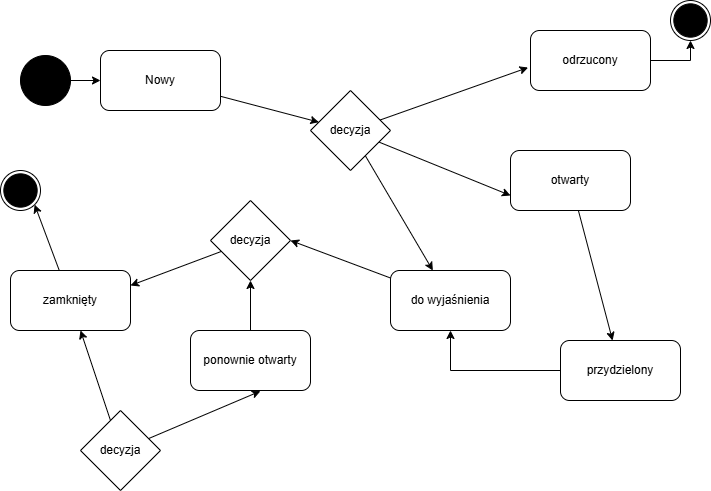
Earlier version of the draw.io export Lab_docs/Diagram bez tytułu.drawio.png (zuzannaoliwiak/Projekt_in-ynieria). Source tidied: cells renumbered, new cells last; positions are measured from the earlier drawing's top-left corner, leaving out a move shared by most shapes. The source it was exported from:
```xml
<mxGraphModel background="#ffffff">
  <root>
    <mxCell id="0" />
    <mxCell id="1" parent="0" />
    <mxCell id="2" style="edgeStyle=orthogonalEdgeStyle;rounded=0;jettySize=auto;html=1;" parent="1" edge="1" source="3" target="5">
      <mxGeometry relative="1" as="geometry" />
    </mxCell>
    <mxCell id="3" style="ellipse;whiteSpace=wrap;html=1;fillColor=#000000;" parent="1" vertex="1">
      <mxGeometry x="20" y="55" width="50" height="50" as="geometry" />
    </mxCell>
    <mxCell id="4" style="rounded=0;jettySize=auto;html=1;" parent="1" edge="1" source="5" target="8">
      <mxGeometry relative="1" as="geometry" />
    </mxCell>
    <mxCell id="5" value="Nowy" style="rounded=1;whiteSpace=wrap;html=1;" parent="1" vertex="1">
      <mxGeometry x="100" y="50" width="120" height="60" as="geometry" />
    </mxCell>
    <mxCell id="6" style="rounded=0;jettySize=auto;html=1;" parent="1" edge="1" source="8" target="19">
      <mxGeometry relative="1" as="geometry" />
    </mxCell>
    <mxCell id="7" style="rounded=0;jettySize=auto;html=1;entryX=0;entryY=0.75;entryDx=0;entryDy=0;" parent="1" edge="1" source="8" target="21">
      <mxGeometry relative="1" as="geometry" />
    </mxCell>
    <mxCell id="8" value="decyzja" style="rhombus;whiteSpace=wrap;html=1;" parent="1" vertex="1">
      <mxGeometry x="310" y="90" width="80" height="80" as="geometry" />
    </mxCell>
    <mxCell id="9" style="edgeStyle=orthogonalEdgeStyle;rounded=0;jettySize=auto;html=1;entryX=0.5;entryY=1;entryDx=0;entryDy=0;" parent="1" edge="1" source="10" target="31">
      <mxGeometry relative="1" as="geometry" />
    </mxCell>
    <mxCell id="10" value="odrzucony" style="rounded=1;whiteSpace=wrap;html=1;" parent="1" vertex="1">
      <mxGeometry x="530" y="30" width="120" height="60" as="geometry" />
    </mxCell>
    <mxCell id="11" style="rounded=0;jettySize=auto;html=1;entryX=1;entryY=0.25;entryDx=0;entryDy=0;" parent="1" edge="1" source="12" target="15">
      <mxGeometry relative="1" as="geometry" />
    </mxCell>
    <mxCell id="12" value="decyzja" style="rhombus;whiteSpace=wrap;html=1;" parent="1" vertex="1">
      <mxGeometry x="210" y="200" width="80" height="80" as="geometry" />
    </mxCell>
    <mxCell id="13" style="rounded=0;jettySize=auto;html=1;entryX=-0.02;entryY=0.617;entryDx=0;entryDy=0;entryPerimeter=0;" parent="1" edge="1" source="8" target="10">
      <mxGeometry relative="1" as="geometry" />
    </mxCell>
    <mxCell id="14" style="rounded=0;jettySize=auto;html=1;entryX=1;entryY=1;entryDx=0;entryDy=0;" parent="1" edge="1" source="15" target="28">
      <mxGeometry relative="1" as="geometry" />
    </mxCell>
    <mxCell id="15" value="zamknięty" style="rounded=1;whiteSpace=wrap;html=1;" parent="1" vertex="1">
      <mxGeometry x="10" y="270" width="120" height="60" as="geometry" />
    </mxCell>
    <mxCell id="16" style="rounded=0;jettySize=auto;html=1;entryX=0.5;entryY=1;entryDx=0;entryDy=0;" parent="1" edge="1" source="17" target="12">
      <mxGeometry relative="1" as="geometry" />
    </mxCell>
    <mxCell id="17" value="ponownie otwarty" style="rounded=1;whiteSpace=wrap;html=1;" parent="1" vertex="1">
      <mxGeometry x="190" y="330" width="120" height="60" as="geometry" />
    </mxCell>
    <mxCell id="18" style="rounded=0;jettySize=auto;html=1;entryX=1;entryY=0.5;entryDx=0;entryDy=0;" parent="1" edge="1" source="19" target="12">
      <mxGeometry relative="1" as="geometry" />
    </mxCell>
    <mxCell id="19" value="do wyjaśnienia" style="rounded=1;whiteSpace=wrap;html=1;" parent="1" vertex="1">
      <mxGeometry x="390" y="270" width="120" height="60" as="geometry" />
    </mxCell>
    <mxCell id="20" style="rounded=0;jettySize=auto;html=1;" parent="1" edge="1" source="21" target="23">
      <mxGeometry relative="1" as="geometry" />
    </mxCell>
    <mxCell id="21" value="otwarty" style="rounded=1;whiteSpace=wrap;html=1;" parent="1" vertex="1">
      <mxGeometry x="510" y="150" width="120" height="60" as="geometry" />
    </mxCell>
    <mxCell id="22" style="edgeStyle=orthogonalEdgeStyle;rounded=0;jettySize=auto;html=1;entryX=0.5;entryY=1;entryDx=0;entryDy=0;" parent="1" edge="1" source="23" target="19">
      <mxGeometry relative="1" as="geometry" />
    </mxCell>
    <mxCell id="23" value="przydzielony" style="rounded=1;whiteSpace=wrap;html=1;" parent="1" vertex="1">
      <mxGeometry x="560" y="340" width="120" height="60" as="geometry" />
    </mxCell>
    <mxCell id="24" style="rounded=0;jettySize=auto;html=1;" parent="1" edge="1" source="25" target="15">
      <mxGeometry relative="1" as="geometry" />
    </mxCell>
    <mxCell id="25" value="decyzja" style="rhombus;whiteSpace=wrap;html=1;" parent="1" vertex="1">
      <mxGeometry x="80" y="410" width="80" height="80" as="geometry" />
    </mxCell>
    <mxCell id="26" style="rounded=0;jettySize=auto;html=1;entryX=0.583;entryY=1.01;entryDx=0;entryDy=0;entryPerimeter=0;" parent="1" edge="1" source="25" target="17">
      <mxGeometry relative="1" as="geometry" />
    </mxCell>
    <mxCell id="27" style="group;" parent="1" vertex="1">
      <mxGeometry y="170" width="40" height="40" as="geometry" />
    </mxCell>
    <mxCell id="28" style="ellipse;whiteSpace=wrap;html=1;" parent="27" vertex="1">
      <mxGeometry width="40" height="40" as="geometry" />
    </mxCell>
    <mxCell id="29" style="ellipse;whiteSpace=wrap;html=1;fillColor=#000000;" parent="27" vertex="1">
      <mxGeometry x="3.3" y="3.3" width="33.3" height="33.3" as="geometry" />
    </mxCell>
    <mxCell id="30" style="group;" parent="1" vertex="1">
      <mxGeometry x="670" width="40" height="40" as="geometry" />
    </mxCell>
    <mxCell id="31" style="ellipse;whiteSpace=wrap;html=1;" parent="30" vertex="1">
      <mxGeometry width="40" height="40" as="geometry" />
    </mxCell>
    <mxCell id="32" style="ellipse;whiteSpace=wrap;html=1;fillColor=#000000;" parent="30" vertex="1">
      <mxGeometry x="3.3" y="3.3" width="33.3" height="33.3" as="geometry" />
    </mxCell>
  </root>
</mxGraphModel>
```
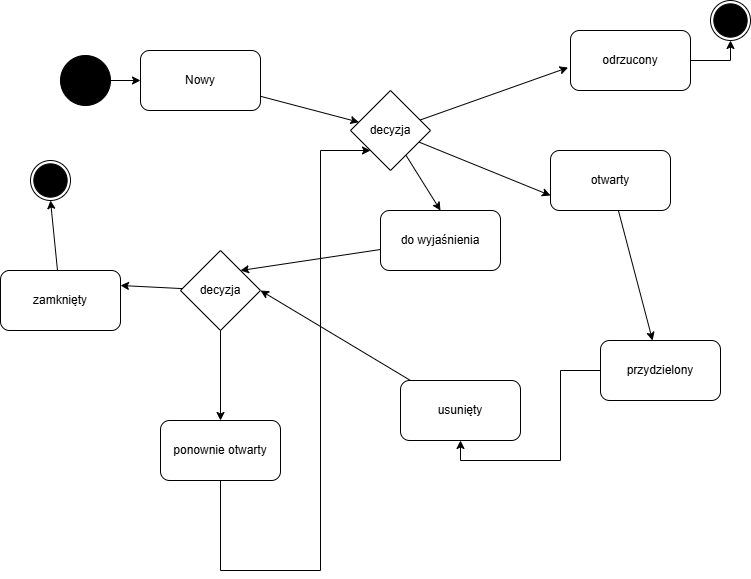
Above is the later version.

Commit message:
lab10_Diagram stanu UML dla obiektu "błąd"

What changed in the source:
```diff
@@ -14,12 +14,12 @@
     <mxCell id="5" value="Nowy" style="rounded=1;whiteSpace=wrap;html=1;" parent="1" vertex="1">
       <mxGeometry x="100" y="50" width="120" height="60" as="geometry" />
     </mxCell>
-    <mxCell id="6" style="rounded=0;jettySize=auto;html=1;" parent="1" edge="1" source="8" target="19">
-      <mxGeometry relative="1" as="geometry" />
-    </mxCell>
     <mxCell id="7" style="rounded=0;jettySize=auto;html=1;entryX=0;entryY=0.75;entryDx=0;entryDy=0;" parent="1" edge="1" source="8" target="21">
       <mxGeometry relative="1" as="geometry" />
     </mxCell>
+    <mxCell id="33" style="rounded=0;jettySize=auto;html=1;entryX=0.5;entryY=0;entryDx=0;entryDy=0;" parent="1" edge="1" source="8" target="36">
+      <mxGeometry relative="1" as="geometry" />
+    </mxCell>
     <mxCell id="8" value="decyzja" style="rhombus;whiteSpace=wrap;html=1;" parent="1" vertex="1">
       <mxGeometry x="310" y="90" width="80" height="80" as="geometry" />
     </mxCell>
@@ -33,28 +33,37 @@
       <mxGeometry relative="1" as="geometry" />
     </mxCell>
     <mxCell id="12" value="decyzja" style="rhombus;whiteSpace=wrap;html=1;" parent="1" vertex="1">
-      <mxGeometry x="210" y="200" width="80" height="80" as="geometry" />
+      <mxGeometry x="140" y="250" width="80" height="80" as="geometry" />
     </mxCell>
     <mxCell id="13" style="rounded=0;jettySize=auto;html=1;entryX=-0.02;entryY=0.617;entryDx=0;entryDy=0;entryPerimeter=0;" parent="1" edge="1" source="8" target="10">
       <mxGeometry relative="1" as="geometry" />
     </mxCell>
-    <mxCell id="14" style="rounded=0;jettySize=auto;html=1;entryX=1;entryY=1;entryDx=0;entryDy=0;" parent="1" edge="1" source="15" target="28">
+    <mxCell id="14" style="rounded=0;jettySize=auto;html=1;entryX=0.5;entryY=1;entryDx=0;entryDy=0;" parent="1" edge="1" source="15" target="28">
       <mxGeometry relative="1" as="geometry" />
     </mxCell>
     <mxCell id="15" value="zamknięty" style="rounded=1;whiteSpace=wrap;html=1;" parent="1" vertex="1">
-      <mxGeometry x="10" y="270" width="120" height="60" as="geometry" />
+      <mxGeometry x="-40" y="270" width="120" height="60" as="geometry" />
     </mxCell>
-    <mxCell id="16" style="rounded=0;jettySize=auto;html=1;entryX=0.5;entryY=1;entryDx=0;entryDy=0;" parent="1" edge="1" source="17" target="12">
+    <mxCell id="16" style="rounded=0;jettySize=auto;html=1;entryX=0.5;entryY=1;entryDx=0;entryDy=0;startArrow=classic;startFill=1;endArrow=none;endFill=0;" parent="1" edge="1" source="17" target="12">
       <mxGeometry relative="1" as="geometry" />
     </mxCell>
+    <mxCell id="34" style="edgeStyle=orthogonalEdgeStyle;rounded=0;jettySize=auto;html=1;entryX=0;entryY=1;entryDx=0;entryDy=0;" parent="1" edge="1" source="17" target="8">
+      <mxGeometry relative="1" as="geometry">
+        <Array as="points">
+          <mxPoint x="180" y="570" />
+          <mxPoint x="280" y="570" />
+          <mxPoint x="280" y="150" />
+        </Array>
+      </mxGeometry>
+    </mxCell>
     <mxCell id="17" value="ponownie otwarty" style="rounded=1;whiteSpace=wrap;html=1;" parent="1" vertex="1">
-      <mxGeometry x="190" y="330" width="120" height="60" as="geometry" />
+      <mxGeometry x="120" y="420" width="120" height="60" as="geometry" />
     </mxCell>
     <mxCell id="18" style="rounded=0;jettySize=auto;html=1;entryX=1;entryY=0.5;entryDx=0;entryDy=0;" parent="1" edge="1" source="19" target="12">
       <mxGeometry relative="1" as="geometry" />
     </mxCell>
-    <mxCell id="19" value="do wyjaśnienia" style="rounded=1;whiteSpace=wrap;html=1;" parent="1" vertex="1">
-      <mxGeometry x="390" y="270" width="120" height="60" as="geometry" />
+    <mxCell id="19" value="usunięty" style="rounded=1;whiteSpace=wrap;html=1;" parent="1" vertex="1">
+      <mxGeometry x="360" y="380" width="120" height="60" as="geometry" />
     </mxCell>
     <mxCell id="20" style="rounded=0;jettySize=auto;html=1;" parent="1" edge="1" source="21" target="23">
       <mxGeometry relative="1" as="geometry" />
@@ -68,17 +77,8 @@
     <mxCell id="23" value="przydzielony" style="rounded=1;whiteSpace=wrap;html=1;" parent="1" vertex="1">
       <mxGeometry x="560" y="340" width="120" height="60" as="geometry" />
     </mxCell>
-    <mxCell id="24" style="rounded=0;jettySize=auto;html=1;" parent="1" edge="1" source="25" target="15">
-      <mxGeometry relative="1" as="geometry" />
-    </mxCell>
-    <mxCell id="25" value="decyzja" style="rhombus;whiteSpace=wrap;html=1;" parent="1" vertex="1">
-      <mxGeometry x="80" y="410" width="80" height="80" as="geometry" />
-    </mxCell>
-    <mxCell id="26" style="rounded=0;jettySize=auto;html=1;entryX=0.583;entryY=1.01;entryDx=0;entryDy=0;entryPerimeter=0;" parent="1" edge="1" source="25" target="17">
-      <mxGeometry relative="1" as="geometry" />
-    </mxCell>
     <mxCell id="27" style="group;" parent="1" vertex="1">
-      <mxGeometry y="170" width="40" height="40" as="geometry" />
+      <mxGeometry x="-10" y="160" width="40" height="40" as="geometry" />
     </mxCell>
     <mxCell id="28" style="ellipse;whiteSpace=wrap;html=1;" parent="27" vertex="1">
       <mxGeometry width="40" height="40" as="geometry" />
@@ -95,5 +95,11 @@
     <mxCell id="32" style="ellipse;whiteSpace=wrap;html=1;fillColor=#000000;" parent="30" vertex="1">
       <mxGeometry x="3.3" y="3.3" width="33.3" height="33.3" as="geometry" />
     </mxCell>
+    <mxCell id="35" style="rounded=0;jettySize=auto;html=1;entryX=1;entryY=0;entryDx=0;entryDy=0;" parent="1" edge="1" source="36" target="12">
+      <mxGeometry relative="1" as="geometry" />
+    </mxCell>
+    <mxCell id="36" value="do wyjaśnienia" style="rounded=1;whiteSpace=wrap;html=1;" parent="1" vertex="1">
+      <mxGeometry x="340" y="210" width="120" height="60" as="geometry" />
+    </mxCell>
   </root>
 </mxGraphModel>
```
